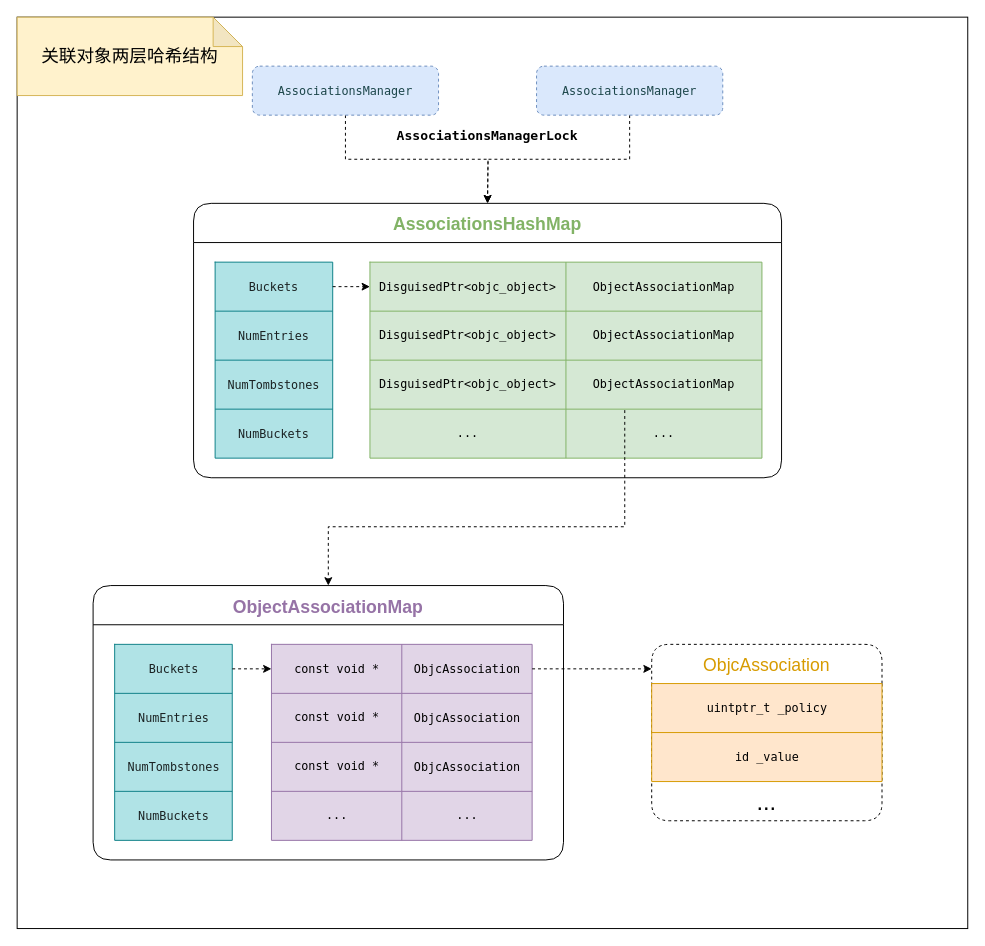
Above: 关联对象哈希结构.drawio in star-j/Flowchart (draw.io), before the change. Source tidied: cells renumbered, new cells numbered last; positions are measured from the earlier drawing's top-left corner, leaving out a move shared by most shapes. Both pictures are drawn from the tidied source at 98%, with x=0, y=0 at pixel (17, 17).
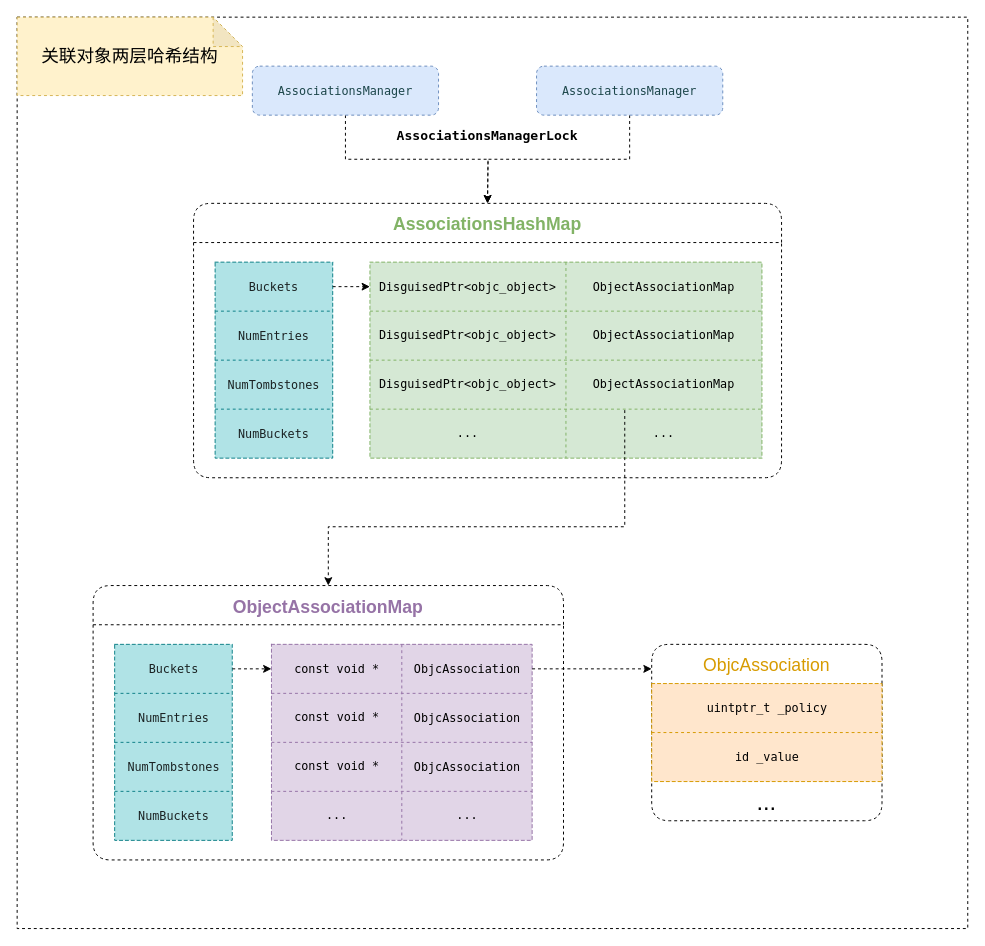
Above is the later version.

Commit message:
Update 关联对象哈希结构.drawio

Unchanged cells that the change refers to:
```xml
<mxCell id="8" value="ObjcAssociation" style="swimlane;fontStyle=0;horizontal=1;startSize=40;rounded=1;fontSize=18;strokeColor=#000000;align=center;verticalAlign=middle;flipH=0;flipV=0;swimlaneFillColor=none;fillColor=none;swimlaneLine=0;dashed=1;fontColor=#D79B00;" parent="1" vertex="1">
  <mxGeometry x="647.5" y="640" width="235" height="180" as="geometry" />
</mxCell>
```

What changed in the source:
```diff
@@
-    <mxCell id="2" style="rounded=0;whiteSpace=wrap;html=1;shadow=0;sketch=0;fontSize=18;fontColor=#82B366;strokeColor=#000000;strokeWidth=1;fillColor=#ffffff;gradientColor=none;align=center;verticalAlign=middle;" parent="1" vertex="1">
+    <mxCell id="2" style="rounded=0;whiteSpace=wrap;html=1;shadow=0;sketch=0;fontSize=18;fontColor=#82B366;strokeColor=#000000;strokeWidth=1;fillColor=#ffffff;gradientColor=none;align=center;verticalAlign=middle;dashed=1;" parent="1" vertex="1">
       <mxGeometry width="970" height="930" as="geometry" />
     </mxCell>
@@
-    <mxCell id="9" style="shape=table;startSize=0;childLayout=tableLayout;fillColor=#ffe6cc;strokeColor=#d79b00;" parent="8" vertex="1">
+    <mxCell id="9" style="shape=table;startSize=0;childLayout=tableLayout;fillColor=#ffe6cc;strokeColor=#d79b00;dashed=1;" parent="8" vertex="1">
       <mxGeometry y="40" width="235" height="100" as="geometry" />
     </mxCell>
@@
-    <mxCell id="15" value="ObjectAssociationMap" style="swimlane;rounded=1;shadow=0;sketch=0;fontSize=18;strokeWidth=1;gradientColor=none;align=center;verticalAlign=middle;html=0;startSize=40;fillColor=none;fontColor=#9673A6;" parent="1" vertex="1">
+    <mxCell id="15" value="ObjectAssociationMap" style="swimlane;rounded=1;shadow=0;sketch=0;fontSize=18;strokeWidth=1;gradientColor=none;align=center;verticalAlign=middle;html=0;startSize=40;fillColor=none;fontColor=#9673A6;dashed=1;" parent="1" vertex="1">
       <mxGeometry x="77.5" y="580" width="480" height="280" as="geometry" />
     </mxCell>
-    <mxCell id="16" style="shape=table;startSize=0;childLayout=tableLayout;fillColor=#e1d5e7;strokeColor=#9673a6;" parent="15" vertex="1">
+    <mxCell id="16" style="shape=table;startSize=0;childLayout=tableLayout;fillColor=#e1d5e7;strokeColor=#9673a6;dashed=1;" parent="15" vertex="1">
       <mxGeometry x="182" y="60" width="266" height="200" as="geometry" />
     </mxCell>
@@
-    <mxCell id="29" style="shape=table;startSize=0;childLayout=tableLayout;fillColor=#b0e3e6;strokeColor=#0e8088;" parent="1" vertex="1">
+    <mxCell id="29" style="shape=table;startSize=0;childLayout=tableLayout;fillColor=#b0e3e6;strokeColor=#0e8088;dashed=1;" parent="1" vertex="1">
       <mxGeometry x="99.5" y="640" width="120" height="200" as="geometry" />
     </mxCell>
@@
-    <mxCell id="39" value="AssociationsHashMap" style="swimlane;rounded=1;shadow=0;sketch=0;fontSize=18;strokeWidth=1;gradientColor=none;align=center;verticalAlign=middle;html=0;startSize=40;fillColor=none;fontColor=#82B366;" parent="1" vertex="1">
+    <mxCell id="39" value="AssociationsHashMap" style="swimlane;rounded=1;shadow=0;sketch=0;fontSize=18;strokeWidth=1;gradientColor=none;align=center;verticalAlign=middle;html=0;startSize=40;fillColor=none;fontColor=#82B366;dashed=1;" parent="1" vertex="1">
       <mxGeometry x="180" y="190" width="600" height="280" as="geometry" />
     </mxCell>
-    <mxCell id="40" style="shape=table;startSize=0;childLayout=tableLayout;fillColor=#d5e8d4;strokeColor=#82b366;" parent="39" vertex="1">
+    <mxCell id="40" style="shape=table;startSize=0;childLayout=tableLayout;fillColor=#d5e8d4;strokeColor=#82b366;dashed=1;" parent="39" vertex="1">
       <mxGeometry x="180" y="60" width="400" height="200" as="geometry" />
     </mxCell>
@@
-    <mxCell id="53" style="shape=table;startSize=0;childLayout=tableLayout;fillColor=#b0e3e6;strokeColor=#0e8088;" parent="1" vertex="1">
+    <mxCell id="53" style="shape=table;startSize=0;childLayout=tableLayout;fillColor=#b0e3e6;strokeColor=#0e8088;dashed=1;" parent="1" vertex="1">
       <mxGeometry x="202" y="250" width="120" height="200" as="geometry" />
     </mxCell>
@@
-    <mxCell id="65" value="关联对象两层哈希结构" style="shape=note;whiteSpace=wrap;html=1;backgroundOutline=1;darkOpacity=0.05;rounded=1;shadow=0;sketch=0;fontSize=18;strokeColor=#d6b656;strokeWidth=1;fillColor=#fff2cc;align=center;verticalAlign=middle;" parent="1" vertex="1">
+    <mxCell id="65" value="关联对象两层哈希结构" style="shape=note;whiteSpace=wrap;html=1;backgroundOutline=1;darkOpacity=0.05;rounded=1;shadow=0;sketch=0;fontSize=18;strokeColor=#d6b656;strokeWidth=1;fillColor=#fff2cc;align=center;verticalAlign=middle;dashed=1;" parent="1" vertex="1">
       <mxGeometry width="230" height="80" as="geometry" />
     </mxCell>
```
